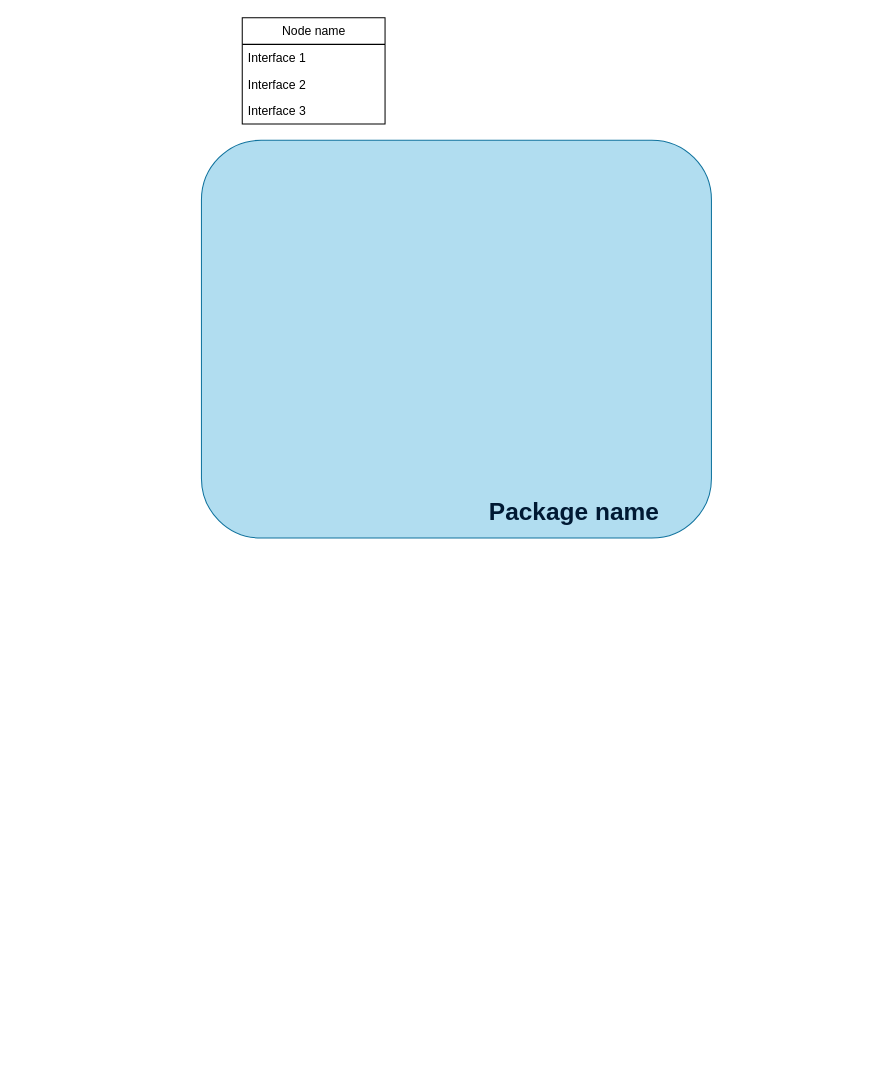
Above: Untitled Diagram.drawio in Luka140/drawio_graphs (draw.io), before the change. Source tidied: cells renumbered, new cells numbered last; positions are measured from the earlier drawing's top-left corner, leaving out a move shared by most shapes. Both pictures are drawn from the tidied source at 102%, with x=0, y=0 at pixel (201, 17).
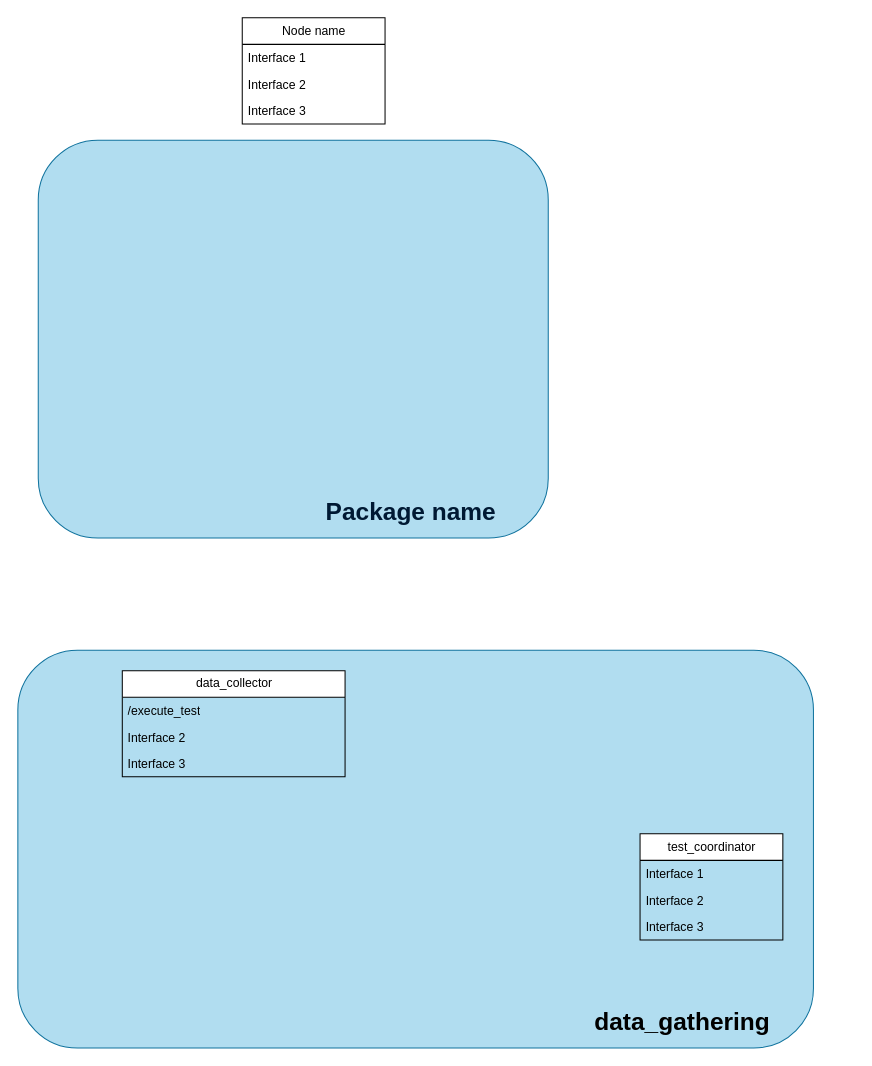
After the change.

What changed in the source:
```diff
@@
 <mxGraphModel>
   <root>
     <mxCell id="0" />
     <mxCell id="1" parent="0" />
     <mxCell id="2" style="group;" parent="1" vertex="1">
-      <mxGeometry y="120" width="500" height="390" as="geometry" />
+      <mxGeometry x="-160" y="120" width="500" height="390" as="geometry" />
     </mxCell>
     <mxCell id="3" style="rounded=1;whiteSpace=wrap;html=1;fillColor=#b1ddf0;strokeColor=#10739e;" parent="2" vertex="1">
       <mxGeometry width="500" height="390" as="geometry" />
     </mxCell>
     <mxCell id="4" value="&lt;div align=&quot;right&quot;&gt;&lt;font color=&quot;#001933&quot;&gt;Package name&lt;br&gt;&lt;/font&gt;&lt;/div&gt;" style="text;strokeColor=none;fillColor=none;html=1;fontSize=24;fontStyle=1;verticalAlign=middle;align=right;" parent="2" vertex="1">
       <mxGeometry x="40" y="340" width="410" height="50" as="geometry" />
     </mxCell>
     <mxCell id="5" value="Node name" style="swimlane;fontStyle=0;horizontal=1;startSize=26;html=1;" parent="1" vertex="1">
       <mxGeometry x="40" width="140" height="104" as="geometry" />
     </mxCell>
     <mxCell id="6" value="Interface 1" style="text;strokeColor=none;fillColor=none;align=left;verticalAlign=top;spacingLeft=4;spacingRight=4;overflow=hidden;whiteSpace=wrap;html=1;" parent="5" vertex="1">
       <mxGeometry y="26" width="140" height="26" as="geometry" />
     </mxCell>
     <mxCell id="7" value="Interface 2" style="text;strokeColor=none;fillColor=none;align=left;verticalAlign=top;spacingLeft=4;spacingRight=4;overflow=hidden;whiteSpace=wrap;html=1;" parent="5" vertex="1">
       <mxGeometry y="52" width="140" height="26" as="geometry" />
     </mxCell>
     <mxCell id="8" value="Interface 3" style="text;strokeColor=none;fillColor=none;align=left;verticalAlign=top;spacingLeft=4;spacingRight=4;overflow=hidden;whiteSpace=wrap;html=1;" parent="5" vertex="1">
       <mxGeometry y="78" width="140" height="26" as="geometry" />
     </mxCell>
+    <mxCell id="9" style="group;" parent="1" vertex="1">
+      <mxGeometry x="-140" y="610" width="780" height="400" as="geometry" />
+    </mxCell>
+    <mxCell id="10" style="rounded=1;whiteSpace=wrap;html=1;fillColor=#b1ddf0;strokeColor=#10739e;" parent="9" vertex="1">
+      <mxGeometry x="-40" y="10" width="780" height="390" as="geometry" />
+    </mxCell>
+    <mxCell id="11" value="data_gathering&lt;span style=&quot;white-space: pre;&quot;&gt;&#9;&lt;/span&gt;" style="text;strokeColor=none;fillColor=none;html=1;fontSize=24;fontStyle=1;verticalAlign=middle;align=right;" parent="9" vertex="1">
+      <mxGeometry x="330" y="350" width="410" height="50" as="geometry" />
+    </mxCell>
+    <mxCell id="12" value="data_collector" style="swimlane;fontStyle=0;horizontal=1;startSize=26;html=1;" parent="9" vertex="1">
+      <mxGeometry x="62.4" y="30" width="218.4" height="104" as="geometry" />
+    </mxCell>
+    <mxCell id="13" value="/execute_test" style="text;strokeColor=none;fillColor=none;align=left;verticalAlign=top;spacingLeft=4;spacingRight=4;overflow=hidden;whiteSpace=wrap;html=1;" parent="12" vertex="1">
+      <mxGeometry y="26" width="218.4" height="26" as="geometry" />
+    </mxCell>
+    <mxCell id="14" value="Interface 2" style="text;strokeColor=none;fillColor=none;align=left;verticalAlign=top;spacingLeft=4;spacingRight=4;overflow=hidden;whiteSpace=wrap;html=1;" parent="12" vertex="1">
+      <mxGeometry y="52" width="218.4" height="26" as="geometry" />
+    </mxCell>
+    <mxCell id="15" value="Interface 3" style="text;strokeColor=none;fillColor=none;align=left;verticalAlign=top;spacingLeft=4;spacingRight=4;overflow=hidden;whiteSpace=wrap;html=1;" parent="12" vertex="1">
+      <mxGeometry y="78" width="218.4" height="26" as="geometry" />
+    </mxCell>
+    <mxCell id="16" value="test_coordinator" style="swimlane;fontStyle=0;horizontal=1;startSize=26;html=1;" parent="1" vertex="1">
+      <mxGeometry x="430" y="800" width="140" height="104" as="geometry" />
+    </mxCell>
+    <mxCell id="17" value="Interface 1" style="text;strokeColor=none;fillColor=none;align=left;verticalAlign=top;spacingLeft=4;spacingRight=4;overflow=hidden;whiteSpace=wrap;html=1;" parent="16" vertex="1">
+      <mxGeometry y="26" width="140" height="26" as="geometry" />
+    </mxCell>
+    <mxCell id="18" value="Interface 2" style="text;strokeColor=none;fillColor=none;align=left;verticalAlign=top;spacingLeft=4;spacingRight=4;overflow=hidden;whiteSpace=wrap;html=1;" parent="16" vertex="1">
+      <mxGeometry y="52" width="140" height="26" as="geometry" />
+    </mxCell>
+    <mxCell id="19" value="Interface 3" style="text;strokeColor=none;fillColor=none;align=left;verticalAlign=top;spacingLeft=4;spacingRight=4;overflow=hidden;whiteSpace=wrap;html=1;" parent="16" vertex="1">
+      <mxGeometry y="78" width="140" height="26" as="geometry" />
+    </mxCell>
   </root>
 </mxGraphModel>
```
